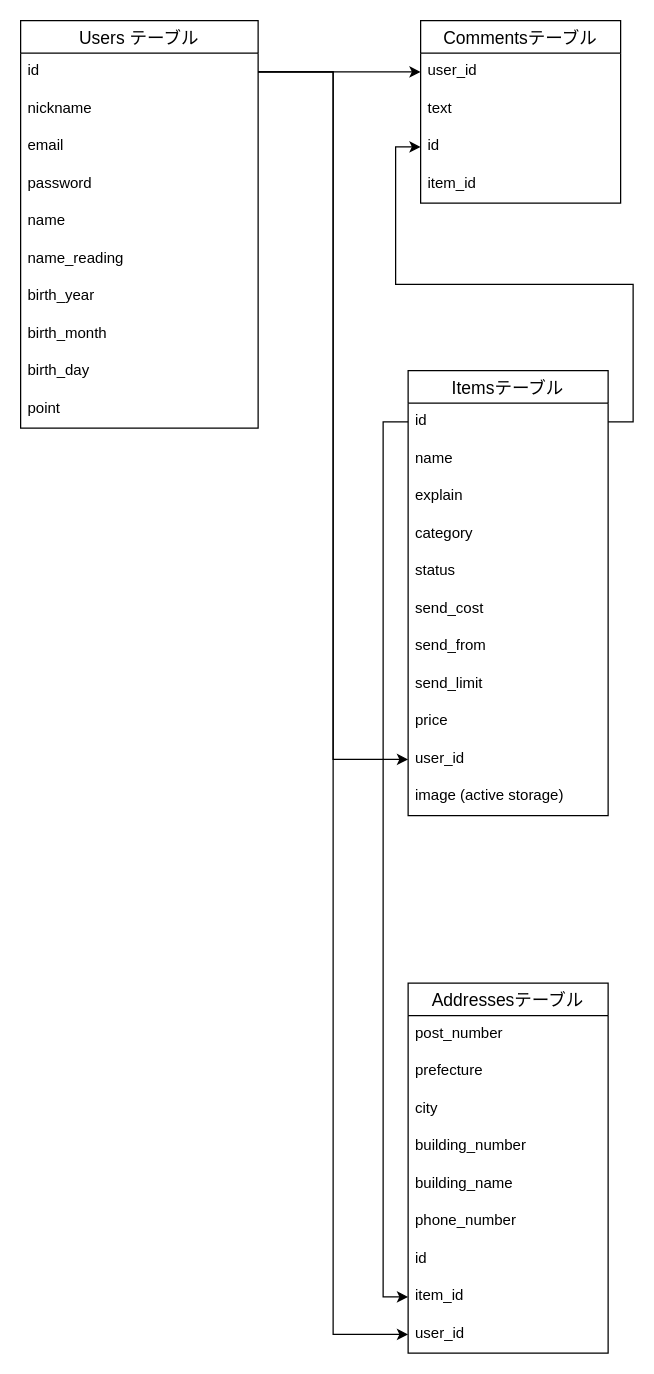
Before: database.dio in runba3011/furima-36728, a draw.io diagram. Source tidied: cells renumbered, new cells numbered last; positions are measured from the earlier drawing's top-left corner, leaving out a move shared by most shapes. Both pictures are drawn from the tidied source at 125%, with x=0, y=0 at pixel (20, 20).
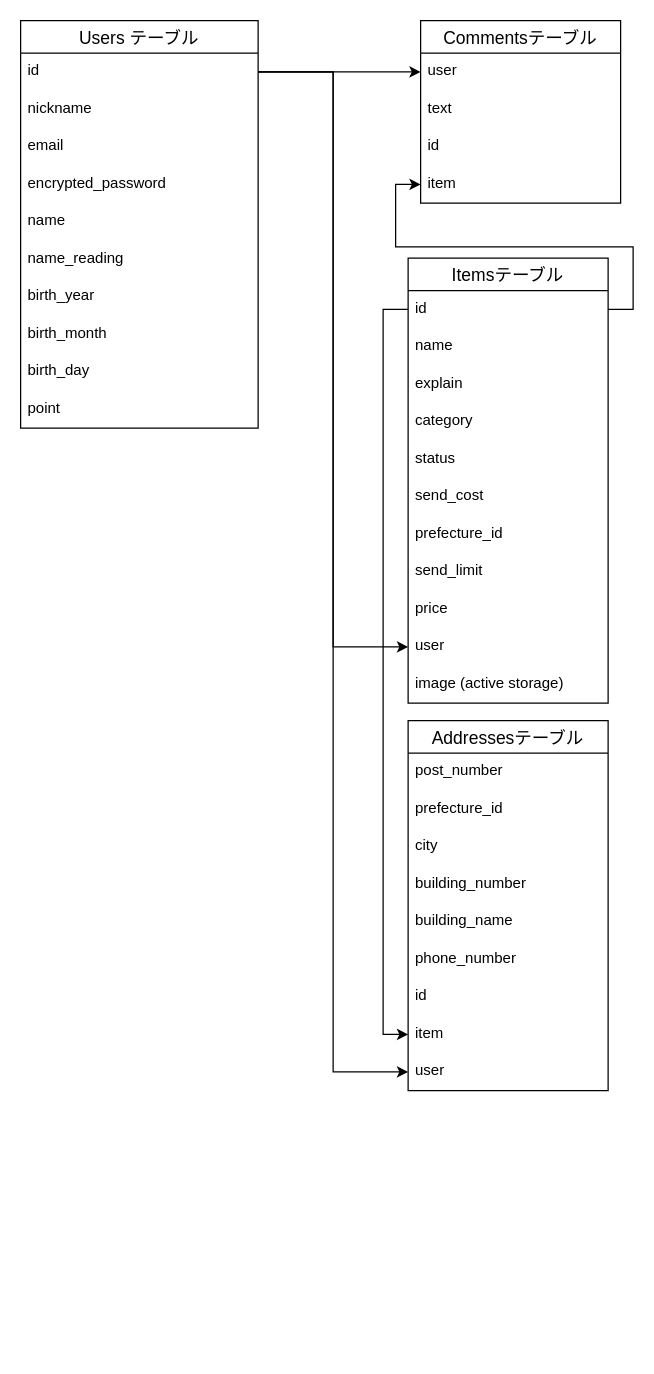
Above is the later version.

Unchanged cells that the change refers to:
```xml
<mxCell id="2" value="Users テーブル" style="swimlane;fontStyle=0;horizontal=1;startSize=26;align=center;fontSize=14;" parent="1" vertex="1">
  <mxGeometry width="190" height="326" as="geometry" />
</mxCell>
<mxCell id="13" value="Commentsテーブル" style="swimlane;fontStyle=0;horizontal=1;startSize=26;align=center;fontSize=14;" parent="1" vertex="1">
  <mxGeometry x="320" width="160" height="146" as="geometry" />
</mxCell>
<mxCell id="16" value="id" style="text;strokeColor=none;fillColor=none;spacingLeft=4;spacingRight=4;overflow=hidden;points=[[0,0.5],[1,0.5]];portConstraint=eastwest;fontSize=12;" parent="13" vertex="1">
  <mxGeometry y="86" width="160" height="30" as="geometry" />
</mxCell>
<mxCell id="19" value="id" style="text;strokeColor=none;fillColor=none;spacingLeft=4;spacingRight=4;overflow=hidden;points=[[0,0.5],[1,0.5]];portConstraint=eastwest;fontSize=12;" parent="18" vertex="1">
  <mxGeometry y="26" width="160" height="30" as="geometry" />
</mxCell>
```

Change to the diagram source:
```diff
@@
-    <mxCell id="6" value="password" style="text;strokeColor=none;fillColor=none;spacingLeft=4;spacingRight=4;overflow=hidden;fontSize=12;" parent="2" vertex="1">
+    <mxCell id="6" value="encrypted_password" style="text;strokeColor=none;fillColor=none;spacingLeft=4;spacingRight=4;overflow=hidden;fontSize=12;" parent="2" vertex="1">
       <mxGeometry y="116" width="190" height="30" as="geometry" />
     </mxCell>
@@
-    <mxCell id="14" value="user_id" style="text;strokeColor=none;fillColor=none;spacingLeft=4;spacingRight=4;overflow=hidden;points=[[0,0.5],[1,0.5]];portConstraint=eastwest;fontSize=12;" parent="13" vertex="1">
+    <mxCell id="14" value="user" style="text;strokeColor=none;fillColor=none;spacingLeft=4;spacingRight=4;overflow=hidden;points=[[0,0.5],[1,0.5]];portConstraint=eastwest;fontSize=12;" parent="13" vertex="1">
       <mxGeometry y="26" width="160" height="30" as="geometry" />
     </mxCell>
@@
-    <mxCell id="17" value="item_id" style="text;strokeColor=none;fillColor=none;spacingLeft=4;spacingRight=4;overflow=hidden;points=[[0,0.5],[1,0.5]];portConstraint=eastwest;fontSize=12;" parent="13" vertex="1">
+    <mxCell id="17" value="item" style="text;strokeColor=none;fillColor=none;spacingLeft=4;spacingRight=4;overflow=hidden;points=[[0,0.5],[1,0.5]];portConstraint=eastwest;fontSize=12;" parent="13" vertex="1">
       <mxGeometry y="116" width="160" height="30" as="geometry" />
     </mxCell>
     <mxCell id="18" value="Itemsテーブル" style="swimlane;fontStyle=0;horizontal=1;startSize=26;align=center;fontSize=14;" parent="1" vertex="1">
-      <mxGeometry x="310" y="280" width="160" height="356" as="geometry" />
+      <mxGeometry x="310" y="190" width="160" height="356" as="geometry" />
     </mxCell>
@@
-    <mxCell id="25" value="send_from" style="text;strokeColor=none;fillColor=none;spacingLeft=4;spacingRight=4;overflow=hidden;fontSize=12;" parent="18" vertex="1">
+    <mxCell id="25" value="prefecture_id" style="text;strokeColor=none;fillColor=none;spacingLeft=4;spacingRight=4;overflow=hidden;fontSize=12;" parent="18" vertex="1">
       <mxGeometry y="206" width="160" height="30" as="geometry" />
     </mxCell>
@@
-    <mxCell id="28" value="user_id" style="text;strokeColor=none;fillColor=none;spacingLeft=4;spacingRight=4;overflow=hidden;points=[[0,0.5],[1,0.5]];portConstraint=eastwest;fontSize=12;" parent="18" vertex="1">
+    <mxCell id="28" value="user" style="text;strokeColor=none;fillColor=none;spacingLeft=4;spacingRight=4;overflow=hidden;points=[[0,0.5],[1,0.5]];portConstraint=eastwest;fontSize=12;" parent="18" vertex="1">
       <mxGeometry y="296" width="160" height="30" as="geometry" />
     </mxCell>
@@
     <mxCell id="32" value="Addressesテーブル" style="swimlane;fontStyle=0;horizontal=1;startSize=26;align=center;fontSize=14;" parent="1" vertex="1">
-      <mxGeometry x="310" y="770" width="160" height="296" as="geometry" />
+      <mxGeometry x="310" y="560" width="160" height="296" as="geometry" />
     </mxCell>
@@
-    <mxCell id="34" value="prefecture" style="text;strokeColor=none;fillColor=none;spacingLeft=4;spacingRight=4;overflow=hidden;fontSize=12;" parent="32" vertex="1">
+    <mxCell id="34" value="prefecture_id" style="text;strokeColor=none;fillColor=none;spacingLeft=4;spacingRight=4;overflow=hidden;fontSize=12;" parent="32" vertex="1">
       <mxGeometry y="56" width="160" height="30" as="geometry" />
     </mxCell>
@@
-    <mxCell id="40" value="item_id" style="text;strokeColor=none;fillColor=none;spacingLeft=4;spacingRight=4;overflow=hidden;points=[[0,0.5],[1,0.5]];portConstraint=eastwest;fontSize=12;" parent="32" vertex="1">
+    <mxCell id="40" value="item" style="text;strokeColor=none;fillColor=none;spacingLeft=4;spacingRight=4;overflow=hidden;points=[[0,0.5],[1,0.5]];portConstraint=eastwest;fontSize=12;" parent="32" vertex="1">
       <mxGeometry y="236" width="160" height="30" as="geometry" />
     </mxCell>
-    <mxCell id="41" value="user_id" style="text;strokeColor=none;fillColor=none;spacingLeft=4;spacingRight=4;overflow=hidden;points=[[0,0.5],[1,0.5]];portConstraint=eastwest;fontSize=12;" parent="32" vertex="1">
+    <mxCell id="41" value="user" style="text;strokeColor=none;fillColor=none;spacingLeft=4;spacingRight=4;overflow=hidden;points=[[0,0.5],[1,0.5]];portConstraint=eastwest;fontSize=12;" parent="32" vertex="1">
       <mxGeometry y="266" width="160" height="30" as="geometry" />
     </mxCell>
@@
-    <mxCell id="44" style="edgeStyle=orthogonalEdgeStyle;rounded=0;jettySize=auto;html=1;entryX=0;entryY=0.5;entryDx=0;entryDy=0;" parent="1" edge="1" source="19" target="16">
+    <mxCell id="44" style="edgeStyle=orthogonalEdgeStyle;rounded=0;jettySize=auto;html=1;entryX=0;entryY=0.5;entryDx=0;entryDy=0;" parent="1" edge="1" source="19" target="17">
       <mxGeometry relative="1" as="geometry" />
     </mxCell>
```
